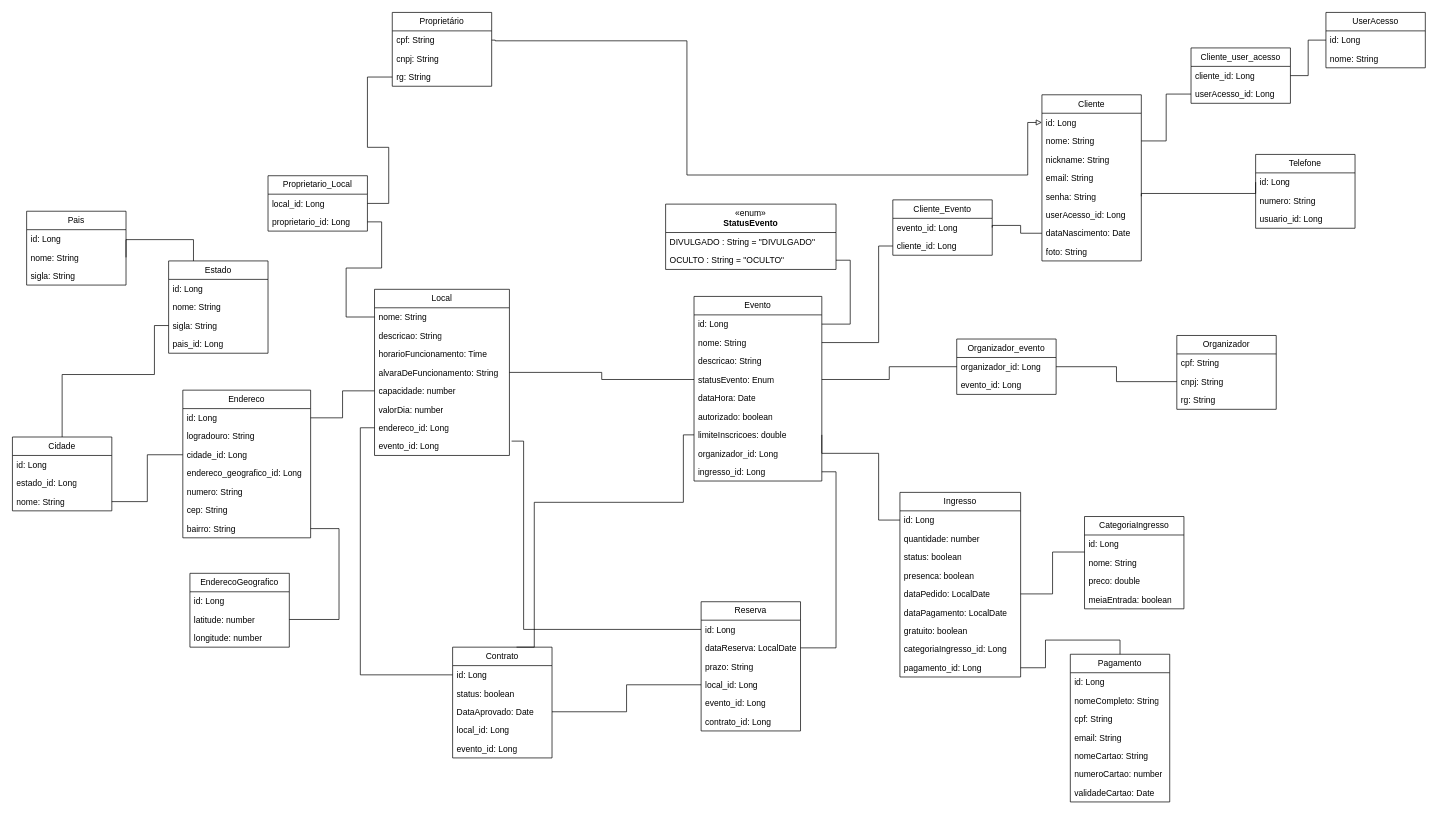
Above: DiagramaDeClassesPokando.drawio in ChumeLabs-Pokando/Pokando (draw.io), before the change. Source tidied: cells renumbered, new cells numbered last; positions are measured from the earlier drawing's top-left corner, leaving out a move shared by most shapes. Both pictures are drawn from the tidied source at 71%, with x=0, y=0 at pixel (12, 12).
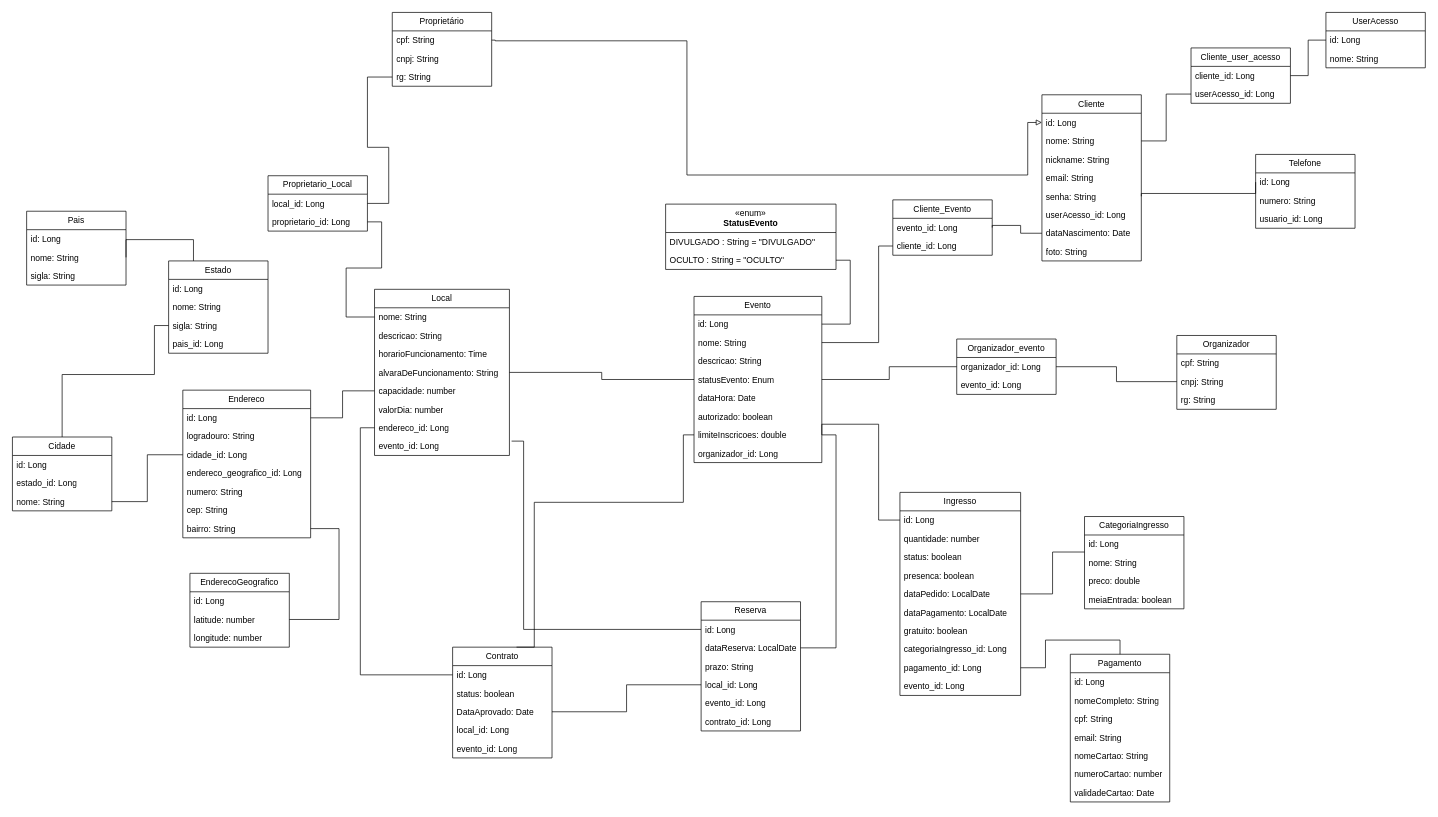
The same diagram, later.

Commit message:
ajuste catingresso

Unchanged cells that the change refers to:
```xml
<mxCell id="32" value="id: Long" style="text;strokeColor=none;fillColor=none;align=left;verticalAlign=top;spacingLeft=4;spacingRight=4;overflow=hidden;points=[[0,0.5],[1,0.5]];portConstraint=eastwest;whiteSpace=wrap;html=1;" parent="31" vertex="1">
  <mxGeometry y="26" width="170" height="26" as="geometry" />
</mxCell>
<mxCell id="64" value="dataReserva: LocalDate" style="text;strokeColor=none;fillColor=none;align=left;verticalAlign=top;spacingLeft=4;spacingRight=4;overflow=hidden;points=[[0,0.5],[1,0.5]];portConstraint=eastwest;whiteSpace=wrap;html=1;" parent="62" vertex="1">
  <mxGeometry y="52" width="140" height="26" as="geometry" />
</mxCell>
<mxCell id="76" value="limiteInscricoes: double" style="text;strokeColor=none;fillColor=none;align=left;verticalAlign=top;spacingLeft=4;spacingRight=4;overflow=hidden;points=[[0,0.5],[1,0.5]];portConstraint=eastwest;whiteSpace=wrap;html=1;" parent="69" vertex="1">
  <mxGeometry y="182" width="180" height="26" as="geometry" />
</mxCell>
```

The edit, as a diff of the source:
```diff
@@
     <mxCell id="31" value="Ingresso" style="swimlane;fontStyle=0;horizontal=1;startSize=26;fillColor=none;whiteSpace=wrap;html=1;" parent="1" vertex="1">
-      <mxGeometry x="1250" y="676" width="170" height="260" as="geometry" />
+      <mxGeometry x="1250" y="676" width="170" height="286" as="geometry" />
     </mxCell>
@@
+    <mxCell id="78" value="&lt;div&gt;evento_id: Long&lt;/div&gt;" style="text;strokeColor=none;fillColor=none;align=left;verticalAlign=top;spacingLeft=4;spacingRight=4;overflow=hidden;points=[[0,0.5],[1,0.5]];portConstraint=eastwest;whiteSpace=wrap;html=1;" parent="31" vertex="1">
+      <mxGeometry y="260" width="170" height="26" as="geometry" />
+    </mxCell>
@@
     <mxCell id="69" value="Evento" style="swimlane;fontStyle=0;horizontal=1;startSize=26;fillColor=none;whiteSpace=wrap;html=1;" parent="1" vertex="1">
-      <mxGeometry x="960" y="400" width="180" height="260" as="geometry" />
+      <mxGeometry x="960" y="400" width="180" height="234" as="geometry" />
     </mxCell>
@@
-    <mxCell id="78" value="&lt;div&gt;ingresso_id: Long&lt;/div&gt;" style="text;strokeColor=none;fillColor=none;align=left;verticalAlign=top;spacingLeft=4;spacingRight=4;overflow=hidden;points=[[0,0.5],[1,0.5]];portConstraint=eastwest;whiteSpace=wrap;html=1;" parent="69" vertex="1">
-      <mxGeometry y="234" width="180" height="26" as="geometry" />
-    </mxCell>
@@
     <mxCell id="108" style="edgeStyle=orthogonalEdgeStyle;rounded=0;jettySize=auto;html=1;exitX=0;exitY=0.5;exitDx=0;exitDy=0;entryX=1;entryY=0.5;entryDx=0;entryDy=0;endArrow=none;startFill=0;" parent="1" edge="1" source="32" target="76">
       <mxGeometry relative="1" as="geometry">
         <Array as="points">
           <mxPoint x="1220" y="715" />
-          <mxPoint x="1220" y="621" />
+          <mxPoint x="1220" y="580" />
+          <mxPoint x="1140" y="580" />
         </Array>
       </mxGeometry>
     </mxCell>
-    <mxCell id="109" style="edgeStyle=orthogonalEdgeStyle;rounded=0;jettySize=auto;html=1;exitX=1;exitY=0.5;exitDx=0;exitDy=0;entryX=1;entryY=0.5;entryDx=0;entryDy=0;endArrow=none;startFill=0;" parent="1" edge="1" source="64" target="78">
+    <mxCell id="109" style="edgeStyle=orthogonalEdgeStyle;rounded=0;jettySize=auto;html=1;exitX=1;exitY=0.5;exitDx=0;exitDy=0;entryX=1;entryY=0.5;entryDx=0;entryDy=0;endArrow=none;startFill=0;" parent="1" edge="1" source="64" target="76">
       <mxGeometry relative="1" as="geometry" />
     </mxCell>
```
